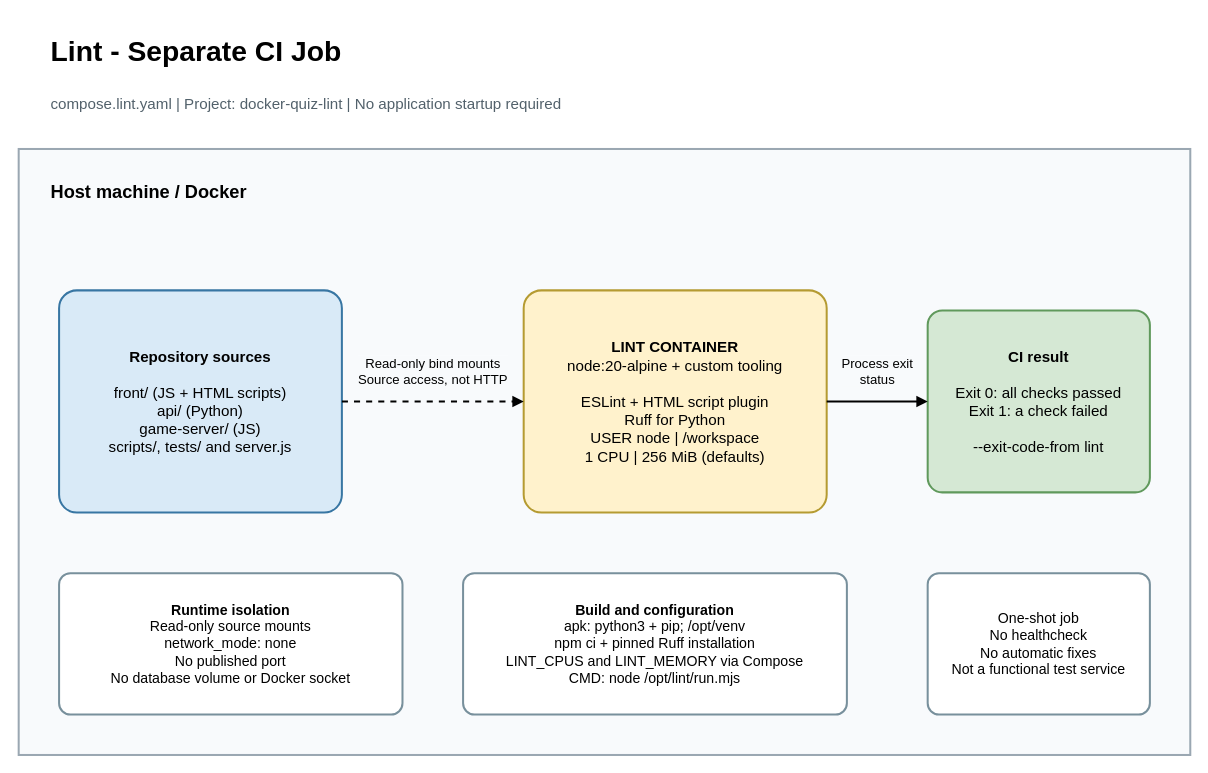
Above: page "Lint CI" (2 of 3) of docs/architecture.drawio in Sweexou/Dev-Docker (draw.io), before the change. Source tidied: cells renumbered, new cells numbered last; positions are measured from the earlier drawing's top-left corner, leaving out a move shared by most shapes. Both pictures are drawn from the tidied source at 101%, with x=0, y=0 at pixel (18, 17).
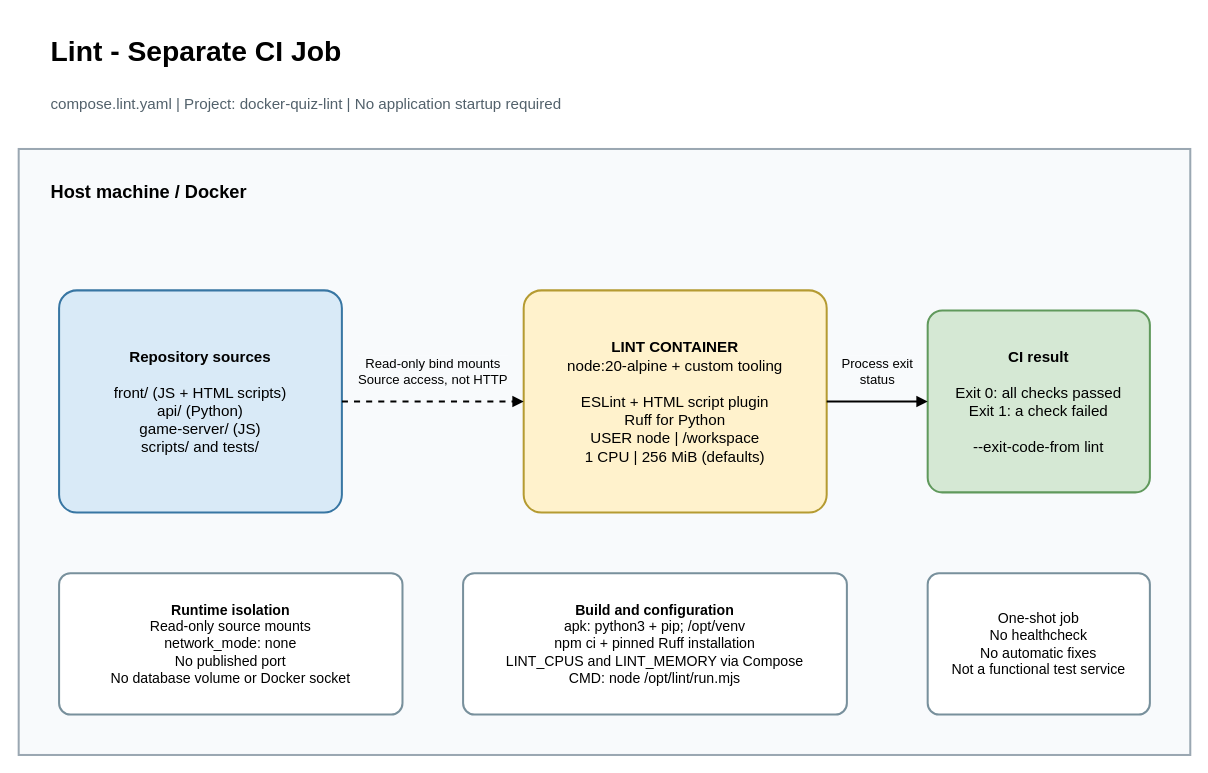
After the change.

Change to the diagram source:
```diff
@@
 <mxGraphModel>
   <root>
     <mxCell id="0" />
     <mxCell id="1" parent="0" />
     <mxCell id="2" value="Lint - Separate CI Job" style="whiteSpace=wrap;html=1;strokeWidth=2;fontSize=15;spacing=12;text;align=left;fontSize=28;fontStyle=1;" parent="1" vertex="1">
       <mxGeometry x="20" width="1100" height="50" as="geometry" />
     </mxCell>
     <mxCell id="3" value="compose.lint.yaml | Project: docker-quiz-lint | No application startup required" style="whiteSpace=wrap;html=1;strokeWidth=2;fontSize=15;spacing=12;text;align=left;fontColor=#52616B;" parent="1" vertex="1">
       <mxGeometry x="20" y="60" width="1100" height="40" as="geometry" />
     </mxCell>
     <mxCell id="4" value="Host machine / Docker" style="whiteSpace=wrap;html=1;strokeWidth=2;fontSize=15;spacing=12;fillColor=#F8FAFC;strokeColor=#9AA7B2;align=left;verticalAlign=top;spacingTop=16;spacingLeft=20;fontSize=18;fontStyle=1;" parent="1" vertex="1">
       <mxGeometry y="130" width="1160" height="600" as="geometry" />
     </mxCell>
-    <mxCell id="5" value="&lt;b&gt;Repository sources&lt;/b&gt;&lt;br&gt;&lt;br&gt;front/ (JS + HTML scripts)&lt;br&gt;api/ (Python)&lt;br&gt;game-server/ (JS)&lt;br&gt;scripts/, tests/ and server.js" style="whiteSpace=wrap;html=1;strokeWidth=2;fontSize=15;spacing=12;rounded=1;arcSize=8;fillColor=#D9EAF7;strokeColor=#3876A3;" parent="1" vertex="1">
+    <mxCell id="5" value="&lt;b&gt;Repository sources&lt;/b&gt;&lt;br&gt;&lt;br&gt;front/ (JS + HTML scripts)&lt;br&gt;api/ (Python)&lt;br&gt;game-server/ (JS)&lt;br&gt;scripts/ and tests/" style="whiteSpace=wrap;html=1;strokeWidth=2;fontSize=15;spacing=12;rounded=1;arcSize=8;fillColor=#D9EAF7;strokeColor=#3876A3;" parent="1" vertex="1">
       <mxGeometry x="40" y="270" width="280" height="220" as="geometry" />
     </mxCell>
     <mxCell id="6" value="&lt;b&gt;LINT CONTAINER&lt;/b&gt;&lt;br&gt;node:20-alpine + custom tooling&lt;br&gt;&lt;br&gt;ESLint + HTML script plugin&lt;br&gt;Ruff for Python&lt;br&gt;USER node | /workspace&lt;br&gt;1 CPU | 256 MiB (defaults)" style="whiteSpace=wrap;html=1;strokeWidth=2;fontSize=15;spacing=12;rounded=1;arcSize=8;fillColor=#FFF2CC;strokeColor=#B59B32;" parent="1" vertex="1">
       <mxGeometry x="500" y="270" width="300" height="220" as="geometry" />
     </mxCell>
     <mxCell id="7" value="&lt;b&gt;CI result&lt;/b&gt;&lt;br&gt;&lt;br&gt;Exit 0: all checks passed&lt;br&gt;Exit 1: a check failed&lt;br&gt;&lt;br&gt;--exit-code-from lint" style="whiteSpace=wrap;html=1;strokeWidth=2;fontSize=15;spacing=12;rounded=1;arcSize=8;fillColor=#D5E8D4;strokeColor=#60995C;" parent="1" vertex="1">
       <mxGeometry x="900" y="290" width="220" height="180" as="geometry" />
     </mxCell>
     <mxCell id="8" value="&lt;b&gt;Runtime isolation&lt;/b&gt;&lt;br&gt;Read-only source mounts&lt;br&gt;network_mode: none&lt;br&gt;No published port&lt;br&gt;No database volume or Docker socket" style="whiteSpace=wrap;html=1;strokeWidth=2;fontSize=15;spacing=12;rounded=1;arcSize=8;fillColor=#FFFFFF;strokeColor=#78909C;fontSize=14;" parent="1" vertex="1">
       <mxGeometry x="40" y="550" width="340" height="140" as="geometry" />
     </mxCell>
     <mxCell id="9" value="&lt;b&gt;Build and configuration&lt;/b&gt;&lt;br&gt;apk: python3 + pip; /opt/venv&lt;br&gt;npm ci + pinned Ruff installation&lt;br&gt;LINT_CPUS and LINT_MEMORY via Compose&lt;br&gt;CMD: node /opt/lint/run.mjs" style="whiteSpace=wrap;html=1;strokeWidth=2;fontSize=15;spacing=12;rounded=1;arcSize=8;fillColor=#FFFFFF;strokeColor=#78909C;fontSize=14;" parent="1" vertex="1">
       <mxGeometry x="440" y="550" width="380" height="140" as="geometry" />
     </mxCell>
     <mxCell id="10" value="One-shot job&lt;br&gt;No healthcheck&lt;br&gt;No automatic fixes&lt;br&gt;Not a functional test service" style="whiteSpace=wrap;html=1;strokeWidth=2;fontSize=15;spacing=12;rounded=1;arcSize=8;fillColor=#FFFFFF;strokeColor=#78909C;fontSize=14;" parent="1" vertex="1">
       <mxGeometry x="900" y="550" width="220" height="140" as="geometry" />
     </mxCell>
     <mxCell id="11" value="Read-only bind mounts&lt;br&gt;Source access, not HTTP" style="edgeStyle=orthogonalEdgeStyle;html=1;endArrow=block;endFill=1;strokeWidth=2;fontSize=13;labelBackgroundColor=#F8FAFC;exitX=1;exitY=0.5;entryX=0;entryY=0.5;dashed=1;" parent="1" edge="1" source="5" target="6">
       <mxGeometry relative="1" as="geometry">
         <mxPoint y="-30" as="offset" />
       </mxGeometry>
     </mxCell>
     <mxCell id="12" value="Process exit&lt;br&gt;status" style="edgeStyle=orthogonalEdgeStyle;html=1;endArrow=block;endFill=1;strokeWidth=2;fontSize=13;labelBackgroundColor=#F8FAFC;exitX=1;exitY=0.5;entryX=0;entryY=0.5;" parent="1" edge="1" source="6" target="7">
       <mxGeometry relative="1" as="geometry">
         <mxPoint y="-30" as="offset" />
       </mxGeometry>
     </mxCell>
   </root>
 </mxGraphModel>
```
